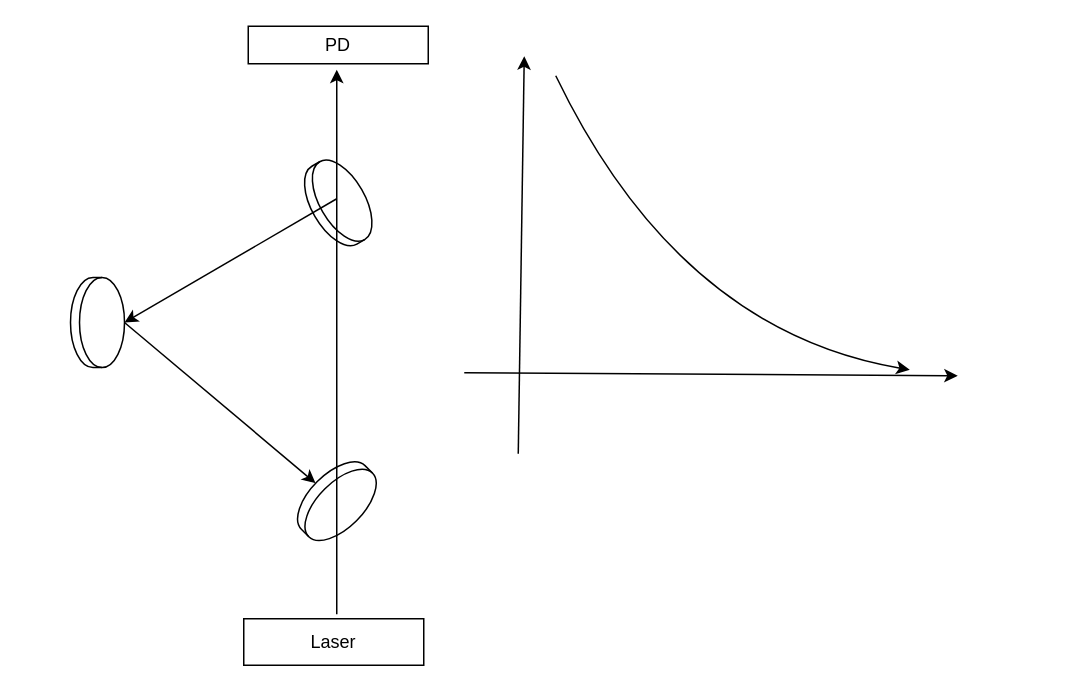
Above: 未命名绘图.drawio in ZYNsama666/BackUp (draw.io), before the change. Source tidied: cells renumbered, new cells numbered last; positions are measured from the earlier drawing's top-left corner, leaving out a move shared by most shapes. Both pictures are drawn from the tidied source at 150%, with x=0, y=0 at pixel (51, 26).
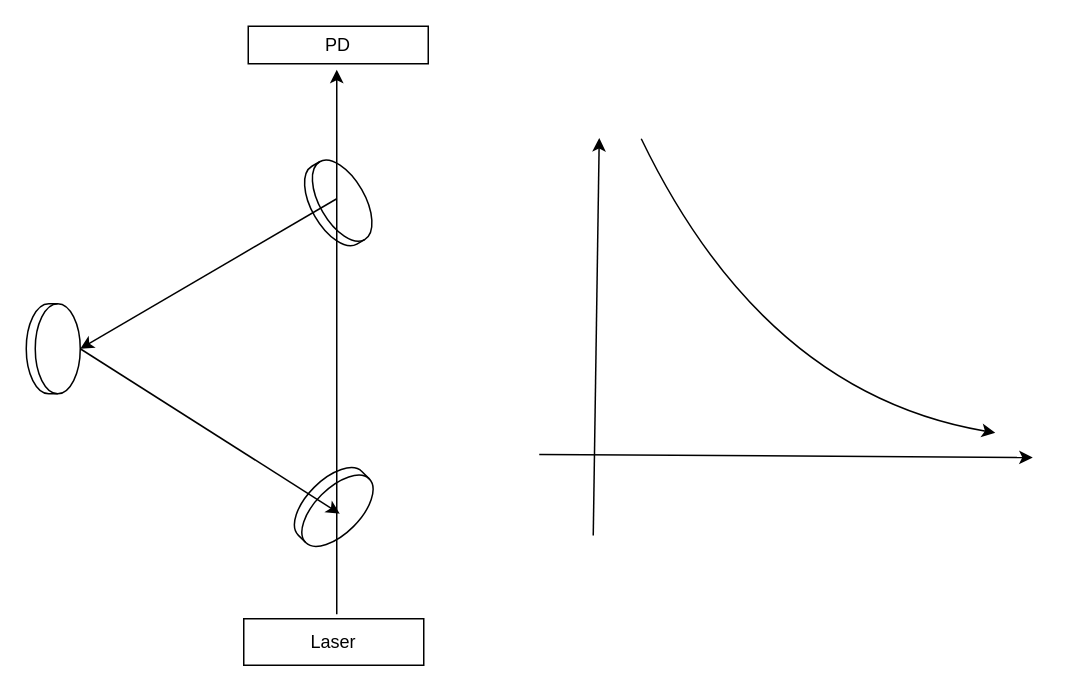
The same diagram, later.

Commit message (it also covers changes not shown here):
更新未命名绘图.drawio

Change to the diagram source:
```diff
@@
 <mxGraphModel>
   <root>
     <mxCell id="0" />
     <mxCell id="1" parent="0" />
     <mxCell id="2" style="shape=cylinder3;whiteSpace=wrap;html=1;boundedLbl=1;backgroundOutline=1;size=15;rotation=90;" parent="1" vertex="1">
-      <mxGeometry x="0.5" y="179.5" width="60" height="36" as="geometry" />
+      <mxGeometry x="-29" y="197" width="60" height="36" as="geometry" />
     </mxCell>
     <mxCell id="3" style="shape=cylinder3;whiteSpace=wrap;html=1;boundedLbl=1;backgroundOutline=1;size=15;rotation=60;" parent="1" vertex="1">
       <mxGeometry x="161" y="99.8" width="60" height="36" as="geometry" />
     </mxCell>
     <mxCell id="4" style="shape=cylinder3;whiteSpace=wrap;html=1;boundedLbl=1;backgroundOutline=1;size=15;rotation=-225;" parent="1" vertex="1">
-      <mxGeometry x="160.1" y="298.1" width="60" height="37" as="geometry" />
+      <mxGeometry x="158" y="302" width="60" height="37" as="geometry" />
     </mxCell>
     <mxCell id="5" style="endArrow=classic;html=1;rounded=0;" parent="1" edge="1">
       <mxGeometry relative="1" as="geometry">
         <mxPoint x="190" y="392" as="sourcePoint" />
         <mxPoint x="190" y="29" as="targetPoint" />
       </mxGeometry>
     </mxCell>
     <mxCell id="6" style="endArrow=classic;html=1;rounded=0;entryX=0.5;entryY=0;entryDx=0;entryDy=0;entryPerimeter=0;" parent="1" edge="1" target="2">
       <mxGeometry relative="1" as="geometry">
         <mxPoint x="190" y="115" as="sourcePoint" />
       </mxGeometry>
     </mxCell>
-    <mxCell id="7" style="endArrow=classic;html=1;rounded=0;exitX=0.5;exitY=0;exitDx=0;exitDy=0;exitPerimeter=0;" parent="1" edge="1" source="2" target="4">
-      <mxGeometry relative="1" as="geometry" />
+    <mxCell id="7" style="endArrow=classic;html=1;rounded=0;exitX=0.5;exitY=0;exitDx=0;exitDy=0;exitPerimeter=0;" parent="1" edge="1" source="2">
+      <mxGeometry relative="1" as="geometry">
+        <mxPoint x="192" y="325" as="targetPoint" />
+      </mxGeometry>
     </mxCell>
     <mxCell id="8" style="endArrow=classic;html=1;rounded=0;" parent="1" edge="1">
       <mxGeometry relative="1" as="geometry">
-        <mxPoint x="311" y="285" as="sourcePoint" />
-        <mxPoint x="315" y="20" as="targetPoint" />
+        <mxPoint x="361" y="339.5" as="sourcePoint" />
+        <mxPoint x="365" y="74.5" as="targetPoint" />
       </mxGeometry>
     </mxCell>
     <mxCell id="9" style="endArrow=classic;html=1;rounded=0;" parent="1" edge="1">
       <mxGeometry relative="1" as="geometry">
-        <mxPoint x="275" y="231" as="sourcePoint" />
-        <mxPoint x="604" y="233" as="targetPoint" />
+        <mxPoint x="325" y="285.5" as="sourcePoint" />
+        <mxPoint x="654" y="287.5" as="targetPoint" />
       </mxGeometry>
     </mxCell>
     <mxCell id="10" value="PD" style="rounded=0;whiteSpace=wrap;html=1;" parent="1" vertex="1">
       <mxGeometry x="131" width="120" height="25" as="geometry" />
     </mxCell>
     <mxCell id="11" value="Laser" style="rounded=0;whiteSpace=wrap;html=1;" parent="1" vertex="1">
       <mxGeometry x="128" y="395" width="120" height="31" as="geometry" />
     </mxCell>
     <mxCell id="12" style="curved=1;endArrow=classic;html=1;rounded=0;" parent="1" edge="1">
       <mxGeometry relative="1" as="geometry">
-        <mxPoint x="336" y="33" as="sourcePoint" />
-        <mxPoint x="572" y="229" as="targetPoint" />
+        <mxPoint x="393" y="75" as="sourcePoint" />
+        <mxPoint x="629" y="271" as="targetPoint" />
         <Array as="points">
-          <mxPoint x="418" y="203" />
+          <mxPoint x="475" y="245" />
         </Array>
       </mxGeometry>
     </mxCell>
   </root>
 </mxGraphModel>
```
